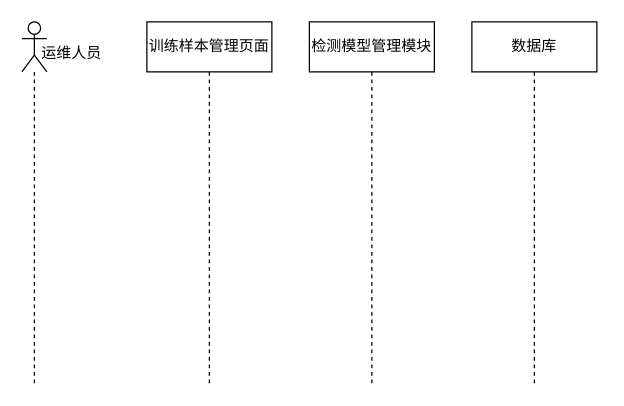
Above: 时序图5.drawio in sunray42/diagrams (draw.io), before the change. Source tidied: cells renumbered, new cells numbered last; positions are measured from the earlier drawing's top-left corner, leaving out a move shared by most shapes. Both pictures are drawn from the tidied source at 125%, with x=0, y=0 at pixel (21, 21).
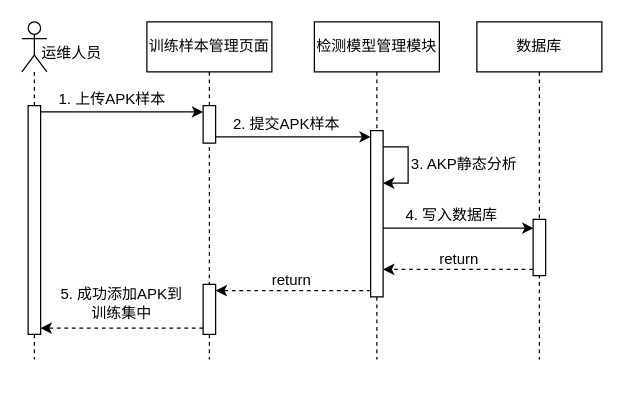
Above is the later version.

Commit message (it also covers changes not shown here):
更新时序图5.drawio

Diff of the diagram source:
```diff
@@
     <mxCell id="2" value="训练样本管理页面" style="shape=umlLifeline;perimeter=lifelinePerimeter;whiteSpace=wrap;html=1;newEdgeStyle={&quot;curved&quot;:0,&quot;rounded&quot;:0};" parent="1" vertex="1">
-      <mxGeometry x="100" width="100" height="290" as="geometry" />
+      <mxGeometry x="100" width="100" height="270" as="geometry" />
     </mxCell>
+    <mxCell id="7" style="html=1;points=[[0,0,0,0,5],[0,1,0,0,-5],[1,0,0,0,5],[1,1,0,0,-5]];perimeter=orthogonalPerimeter;outlineConnect=0;targetShapes=umlLifeline;portConstraint=eastwest;newEdgeStyle={&quot;curved&quot;:0,&quot;rounded&quot;:0};" parent="2" vertex="1">
+      <mxGeometry x="45" y="67" width="10" height="30" as="geometry" />
+    </mxCell>
+    <mxCell id="8" style="html=1;points=[[0,0,0,0,5],[0,1,0,0,-5],[1,0,0,0,5],[1,1,0,0,-5]];perimeter=orthogonalPerimeter;outlineConnect=0;targetShapes=umlLifeline;portConstraint=eastwest;newEdgeStyle={&quot;curved&quot;:0,&quot;rounded&quot;:0};" parent="2" vertex="1">
+      <mxGeometry x="45" y="210" width="10" height="40" as="geometry" />
+    </mxCell>
     <mxCell id="3" style="shape=umlLifeline;perimeter=lifelinePerimeter;whiteSpace=wrap;html=1;newEdgeStyle={&quot;curved&quot;:0,&quot;rounded&quot;:0};participant=umlActor;" parent="1" vertex="1">
-      <mxGeometry width="20" height="290" as="geometry" />
+      <mxGeometry width="20" height="270" as="geometry" />
     </mxCell>
+    <mxCell id="9" style="html=1;points=[[0,0,0,0,5],[0,1,0,0,-5],[1,0,0,0,5],[1,1,0,0,-5]];perimeter=orthogonalPerimeter;outlineConnect=0;targetShapes=umlLifeline;portConstraint=eastwest;newEdgeStyle={&quot;curved&quot;:0,&quot;rounded&quot;:0};" parent="3" vertex="1">
+      <mxGeometry x="5" y="67" width="10" height="183" as="geometry" />
+    </mxCell>
     <mxCell id="4" value="检测模型管理模块" style="shape=umlLifeline;perimeter=lifelinePerimeter;whiteSpace=wrap;html=1;newEdgeStyle={&quot;curved&quot;:0,&quot;rounded&quot;:0};" parent="1" vertex="1">
-      <mxGeometry x="230" width="100" height="290" as="geometry" />
+      <mxGeometry x="234" width="100" height="270" as="geometry" />
     </mxCell>
+    <mxCell id="10" style="html=1;points=[[0,0,0,0,5],[0,1,0,0,-5],[1,0,0,0,5],[1,1,0,0,-5]];perimeter=orthogonalPerimeter;outlineConnect=0;targetShapes=umlLifeline;portConstraint=eastwest;newEdgeStyle={&quot;curved&quot;:0,&quot;rounded&quot;:0};" parent="4" vertex="1">
+      <mxGeometry x="45" y="87" width="10" height="133" as="geometry" />
+    </mxCell>
     <mxCell id="5" value="数据库" style="shape=umlLifeline;perimeter=lifelinePerimeter;whiteSpace=wrap;html=1;newEdgeStyle={&quot;curved&quot;:0,&quot;rounded&quot;:0};" parent="1" vertex="1">
-      <mxGeometry x="360" width="100" height="290" as="geometry" />
+      <mxGeometry x="364" width="100" height="270" as="geometry" />
     </mxCell>
+    <mxCell id="11" style="html=1;perimeter=orthogonalPerimeter;targetShapes=umlLifeline;newEdgeStyle={&quot;curved&quot;:0,&quot;rounded&quot;:0};" parent="5" vertex="1">
+      <mxGeometry x="45" y="158" width="10" height="45" as="geometry" />
+    </mxCell>
@@
+    <mxCell id="12" style="edgeStyle=orthogonalEdgeStyle;rounded=0;jettySize=auto;html=1;curved=0;exitX=1;exitY=0;exitDx=0;exitDy=5;exitPerimeter=0;entryX=0;entryY=0;entryDx=0;entryDy=5;entryPerimeter=0;" parent="1" edge="1" source="9" target="7">
+      <mxGeometry relative="1" as="geometry" />
+    </mxCell>
+    <mxCell id="13" value="1. 上传APK样本" style="text;html=1;align=center;verticalAlign=middle;whiteSpace=wrap;rounded=0;" parent="1" vertex="1">
+      <mxGeometry x="15" y="47" width="115" height="30" as="geometry" />
+    </mxCell>
+    <mxCell id="14" style="edgeStyle=orthogonalEdgeStyle;rounded=0;jettySize=auto;html=1;curved=0;exitX=1;exitY=1;exitDx=0;exitDy=-5;exitPerimeter=0;entryX=0;entryY=0;entryDx=0;entryDy=5;entryPerimeter=0;" parent="1" edge="1" source="7" target="10">
+      <mxGeometry relative="1" as="geometry" />
+    </mxCell>
+    <mxCell id="15" value="2. 提交APK样本" style="text;html=1;align=center;verticalAlign=middle;whiteSpace=wrap;rounded=0;" parent="1" vertex="1">
+      <mxGeometry x="162" y="67" width="100" height="30" as="geometry" />
+    </mxCell>
+    <mxCell id="16" style="endArrow=classic;html=1;rounded=0;" parent="1" edge="1">
+      <mxGeometry relative="1" as="geometry">
+        <mxPoint x="288.8" y="165" as="sourcePoint" />
+        <mxPoint x="409.2" y="165" as="targetPoint" />
+      </mxGeometry>
+    </mxCell>
+    <mxCell id="17" value="4. 写入数据库" style="text;html=1;align=center;verticalAlign=middle;whiteSpace=wrap;rounded=0;" parent="1" vertex="1">
+      <mxGeometry x="303.8" y="140" width="80" height="30" as="geometry" />
+    </mxCell>
+    <mxCell id="18" style="endArrow=classic;html=1;rounded=0;edgeStyle=orthogonalEdgeStyle;" parent="1" edge="1">
+      <mxGeometry relative="1" as="geometry">
+        <mxPoint x="289" y="100" as="sourcePoint" />
+        <mxPoint x="289" y="129" as="targetPoint" />
+        <Array as="points">
+          <mxPoint x="309" y="100" />
+          <mxPoint x="309" y="129" />
+        </Array>
+      </mxGeometry>
+    </mxCell>
+    <mxCell id="19" value="3. AKP静态分析" style="text;html=1;align=center;verticalAlign=middle;whiteSpace=wrap;rounded=0;" parent="1" vertex="1">
+      <mxGeometry x="304" y="99" width="100" height="30" as="geometry" />
+    </mxCell>
+    <mxCell id="20" style="endArrow=classic;html=1;rounded=0;dashed=1;" parent="1" edge="1" target="10">
+      <mxGeometry relative="1" as="geometry">
+        <mxPoint x="408.8" y="198" as="sourcePoint" />
+      </mxGeometry>
+    </mxCell>
+    <mxCell id="21" value="return" style="text;html=1;align=center;verticalAlign=middle;whiteSpace=wrap;rounded=0;" parent="1" vertex="1">
+      <mxGeometry x="310" y="175" width="80" height="30" as="geometry" />
+    </mxCell>
+    <mxCell id="22" style="endArrow=classic;html=1;rounded=0;dashed=1;exitX=0;exitY=1;exitDx=0;exitDy=-5;exitPerimeter=0;" parent="1" edge="1" source="10">
+      <mxGeometry relative="1" as="geometry">
+        <mxPoint x="155.1" y="215" as="targetPoint" />
+      </mxGeometry>
+    </mxCell>
+    <mxCell id="23" value="return" style="text;html=1;align=center;verticalAlign=middle;whiteSpace=wrap;rounded=0;" parent="1" vertex="1">
+      <mxGeometry x="176.1" y="192" width="80" height="30" as="geometry" />
+    </mxCell>
+    <mxCell id="24" style="edgeStyle=orthogonalEdgeStyle;rounded=0;jettySize=auto;html=1;curved=0;exitX=0;exitY=1;exitDx=0;exitDy=-5;exitPerimeter=0;entryX=1;entryY=1;entryDx=0;entryDy=-5;entryPerimeter=0;dashed=1;" parent="1" edge="1" source="8" target="9">
+      <mxGeometry relative="1" as="geometry" />
+    </mxCell>
+    <mxCell id="25" value="5. 成功添加APK到训练集中" style="text;html=1;align=center;verticalAlign=middle;whiteSpace=wrap;rounded=0;" parent="1" vertex="1">
+      <mxGeometry x="30" y="210" width="100" height="30" as="geometry" />
+    </mxCell>
```
